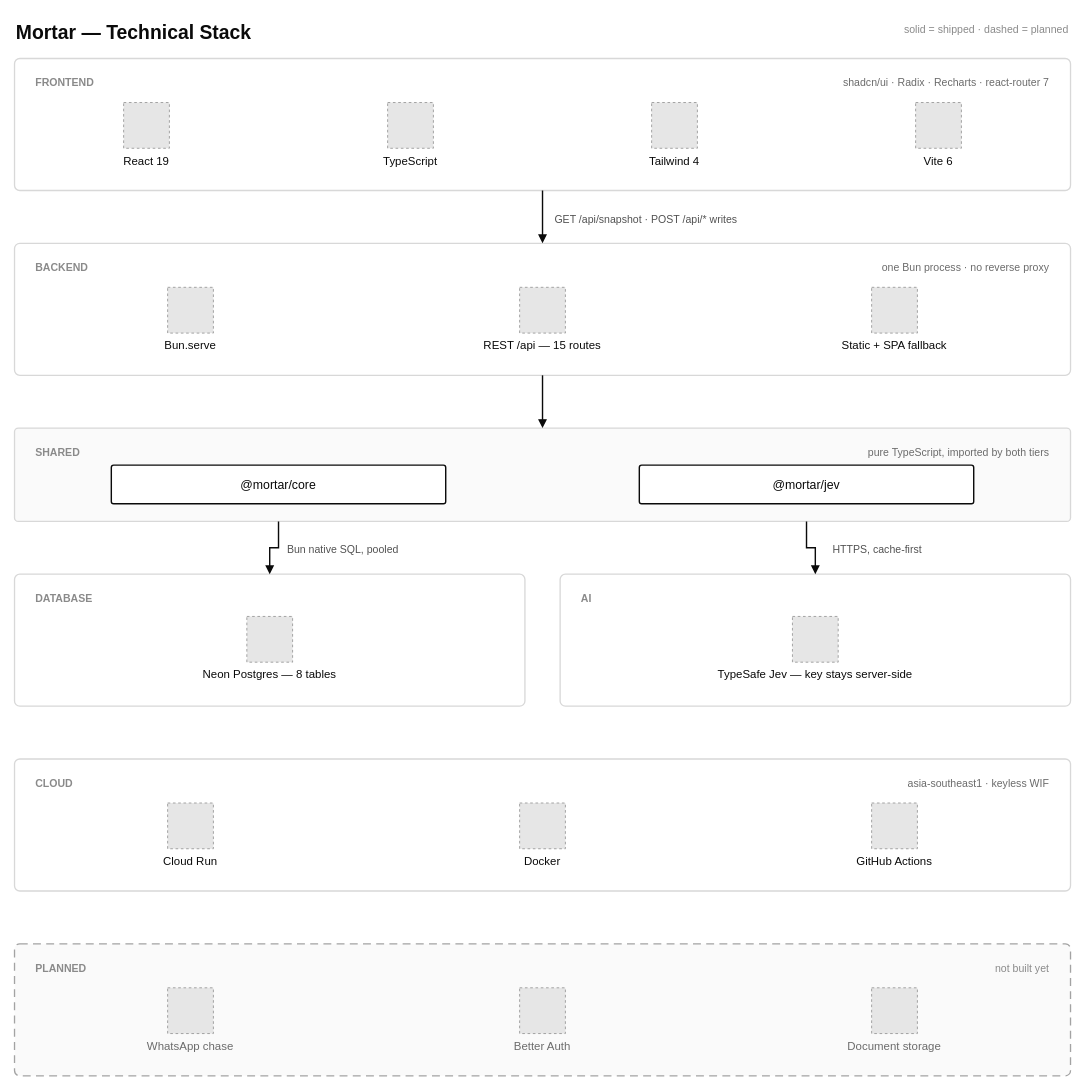
NexTechnologies-MY/Mortar keeps this draw.io diagram as docs/assets/architecture.drawio. Above is the earlier version. Source tidied: cells renumbered, new cells numbered last; positions are measured from the earlier drawing's top-left corner, leaving out a move shared by most shapes. Both pictures are drawn from the tidied source at 88%, with x=0, y=0 at pixel (14, 14). Pictures stored in the file or linked from it are replaced by grey dashed boxes.
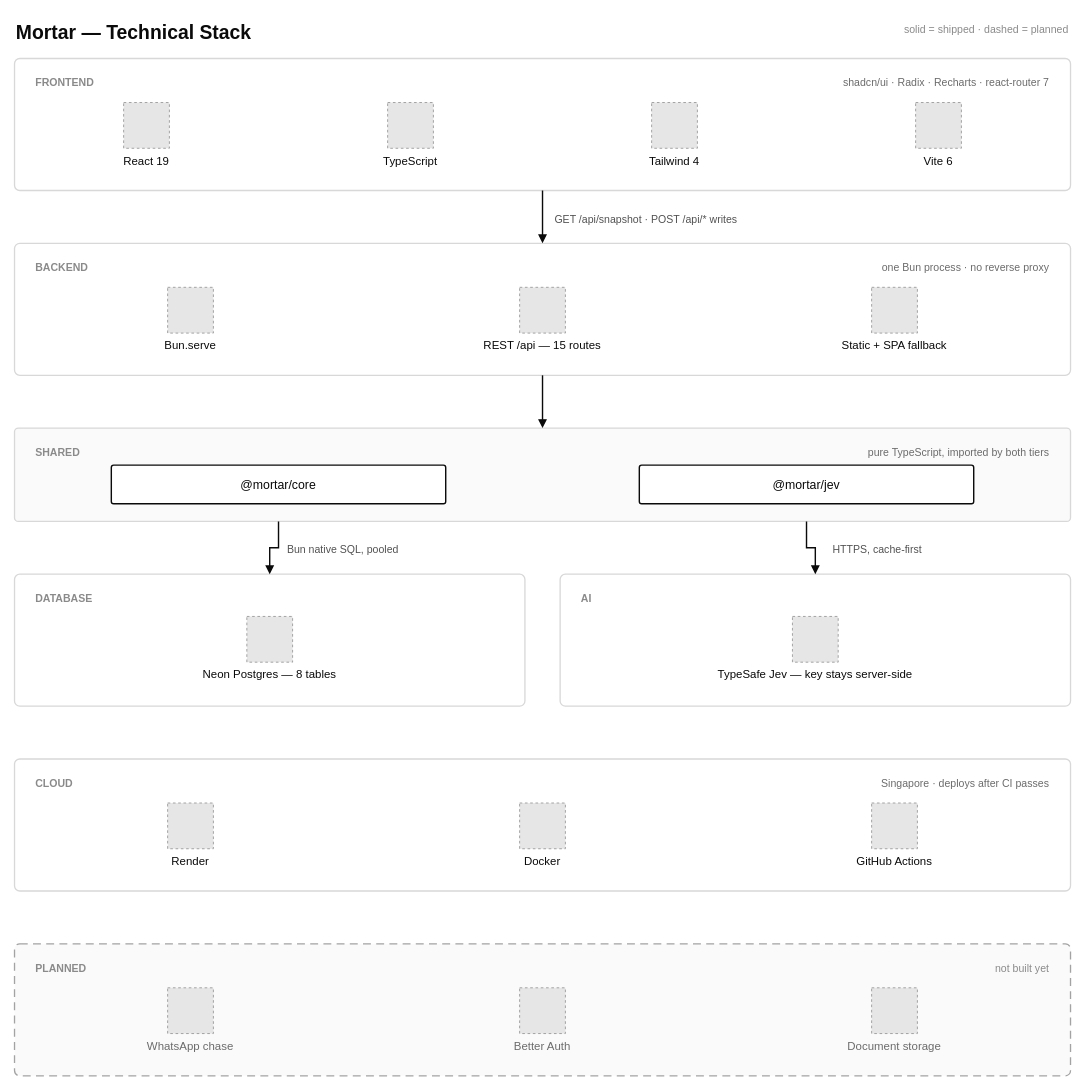
Above is the later version.

Change to the diagram source:
```diff
@@
-    <mxCell id="30" value="asia-southeast1 · keyless WIF" style="text;html=0;fontFamily=Helvetica;fontSize=12;fontStyle=0;fontColor=#6B6B6B;align=right;verticalAlign=top;" parent="1" vertex="1">
+    <mxCell id="30" value="Singapore · deploys after CI passes" style="text;html=0;fontFamily=Helvetica;fontSize=12;fontStyle=0;fontColor=#6B6B6B;align=right;verticalAlign=top;" parent="1" vertex="1">
       <mxGeometry x="740" y="860" width="438" height="16" as="geometry" />
     </mxCell>
-    <mxCell id="31" value="Cloud Run" style="fillColor=#E6E6E6;strokeColor=#999999;dashed=1;html=0;verticalAlign=top;verticalLabelPosition=bottom;labelPosition=center;align=center;fontFamily=Helvetica;fontSize=13;fontColor=#0A0A0A;" parent="1" vertex="1">
+    <mxCell id="31" value="Render" style="fillColor=#E6E6E6;strokeColor=#999999;dashed=1;html=0;verticalAlign=top;verticalLabelPosition=bottom;labelPosition=center;align=center;fontFamily=Helvetica;fontSize=13;fontColor=#0A0A0A;" parent="1" vertex="1">
       <mxGeometry x="174" y="896" width="52" height="52" as="geometry" />
     </mxCell>
```
